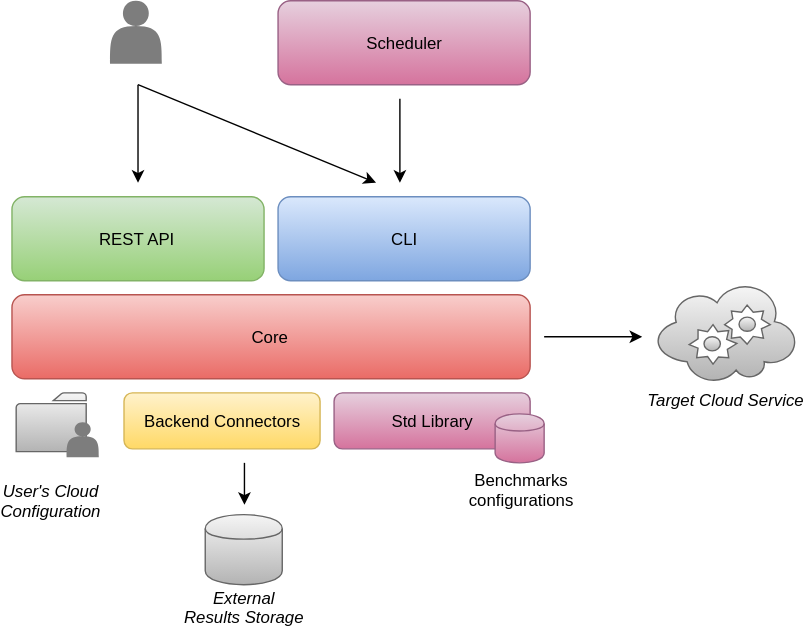
This is src/images/architecture.svg from benchmarking-suite/benchsuite-docs, a draw.io export, as it was before one commit. Source tidied: cells renumbered, new cells last; positions are measured from the earlier drawing's top-left corner, leaving out a move shared by most shapes.
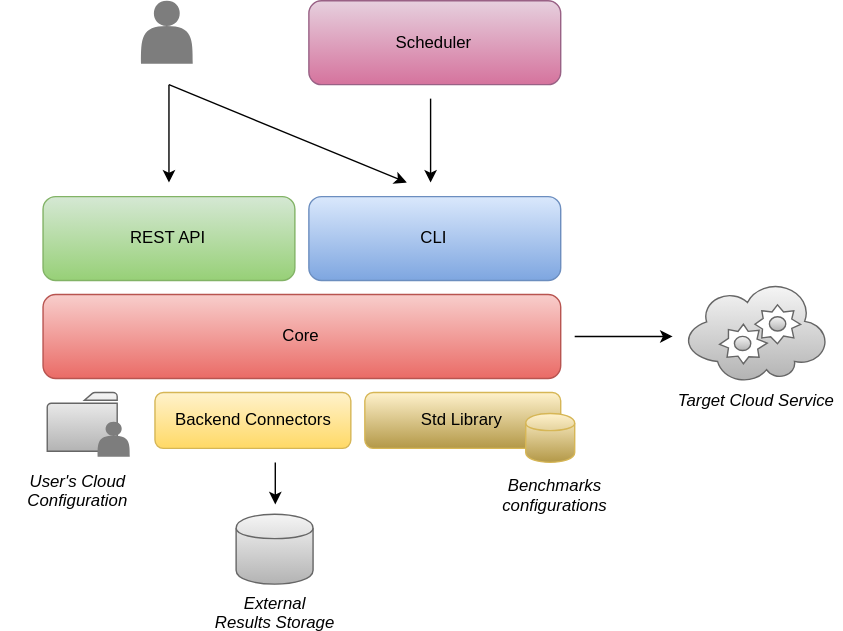
Later version of the same file.

The edit, as a diff of the source:
```diff
@@ -17,17 +17,17 @@
     <mxCell id="6" value="Backend Connectors" style="rounded=1;whiteSpace=wrap;html=1;fillColor=#fff2cc;strokeColor=#d6b656;gradientColor=#ffd966;" parent="1" vertex="1">
       <mxGeometry x="80" y="280" width="140" height="40" as="geometry" />
     </mxCell>
-    <mxCell id="7" value="Std Library" style="rounded=1;whiteSpace=wrap;html=1;fillColor=#e6d0de;strokeColor=#996185;gradientColor=#d5739d;" parent="1" vertex="1">
+    <mxCell id="7" value="Std Library" style="rounded=1;whiteSpace=wrap;html=1;fillColor=#fff2cc;strokeColor=#d6b656;gradientColor=#B39847;" parent="1" vertex="1">
       <mxGeometry x="230" y="280" width="140" height="40" as="geometry" />
     </mxCell>
-    <mxCell id="8" style="shape=cylinder;whiteSpace=wrap;html=1;boundedLbl=1;fillColor=#e6d0de;strokeColor=#996185;gradientColor=#d5739d;" parent="1" vertex="1">
+    <mxCell id="8" style="shape=cylinder;whiteSpace=wrap;html=1;boundedLbl=1;fillColor=#fff2cc;strokeColor=#d6b656;gradientColor=#B39847;" parent="1" vertex="1">
       <mxGeometry x="345" y="295" width="35" height="35" as="geometry" />
     </mxCell>
-    <mxCell id="9" value="Benchmarks&lt;div&gt;configurations&lt;/div&gt;" style="text;html=1;strokeColor=none;fillColor=none;align=center;verticalAlign=middle;whiteSpace=wrap;fontStyle=0;" parent="1" vertex="1">
-      <mxGeometry x="343" y="336" width="40" height="25" as="geometry" />
+    <mxCell id="9" value="&lt;i&gt;Benchmarks&lt;/i&gt;&lt;div&gt;&lt;i&gt;configurations&lt;/i&gt;&lt;/div&gt;" style="text;html=1;strokeColor=none;fillColor=none;align=center;verticalAlign=middle;whiteSpace=wrap;fontStyle=0;" parent="1" vertex="1">
+      <mxGeometry x="320" y="336" width="90" height="34" as="geometry" />
     </mxCell>
     <mxCell id="10" value="&lt;i&gt;External&lt;/i&gt;&lt;div&gt;&lt;i&gt;Results Storage&lt;/i&gt;&lt;/div&gt;" style="text;html=1;strokeColor=none;fillColor=none;align=center;verticalAlign=middle;whiteSpace=wrap;" parent="1" vertex="1">
-      <mxGeometry x="116" y="423" width="100" height="20" as="geometry" />
+      <mxGeometry x="116" y="423" width="100" height="27" as="geometry" />
     </mxCell>
     <mxCell id="11" style="shadow=0;dashed=0;html=1;strokeColor=#666666;labelPosition=center;verticalLabelPosition=bottom;verticalAlign=top;shape=mxgraph.office.concepts.folder;fillColor=#f5f5f5;align=left;gradientColor=#b3b3b3;" parent="1" vertex="1">
       <mxGeometry x="3" y="280" width="50" height="42" as="geometry" />
@@ -39,7 +39,7 @@
       <mxGeometry x="39" y="301" width="23" height="25" as="geometry" />
     </mxCell>
     <mxCell id="14" value="User's Cloud Configuration" style="text;html=1;strokeColor=none;fillColor=none;align=center;verticalAlign=middle;whiteSpace=wrap;fontStyle=2;" parent="1" vertex="1">
-      <mxGeometry x="8" y="347" width="40" height="20" as="geometry" />
+      <mxGeometry x="-30" y="334" width="110" height="33" as="geometry" />
     </mxCell>
     <mxCell id="15" style="endArrow=none;startArrow=classic;html=1;endFill=0;" parent="1" edge="1">
       <mxGeometry relative="1" as="geometry">
@@ -80,5 +80,8 @@
         <mxPoint x="277" y="130" as="targetPoint" />
       </mxGeometry>
     </mxCell>
+    <mxCell id="23" style="edgeStyle=orthogonalEdgeStyle;curved=1;rounded=1;comic=0;jumpStyle=none;html=1;exitX=1;exitY=0.7;entryX=1;entryY=0.7;startArrow=none;startFill=0;jettySize=auto;orthogonalLoop=1;strokeColor=#000000;fontSize=16;fontColor=#000000;" parent="1" edge="1" source="8" target="8">
+      <mxGeometry relative="1" as="geometry" />
+    </mxCell>
   </root>
 </mxGraphModel>
```
